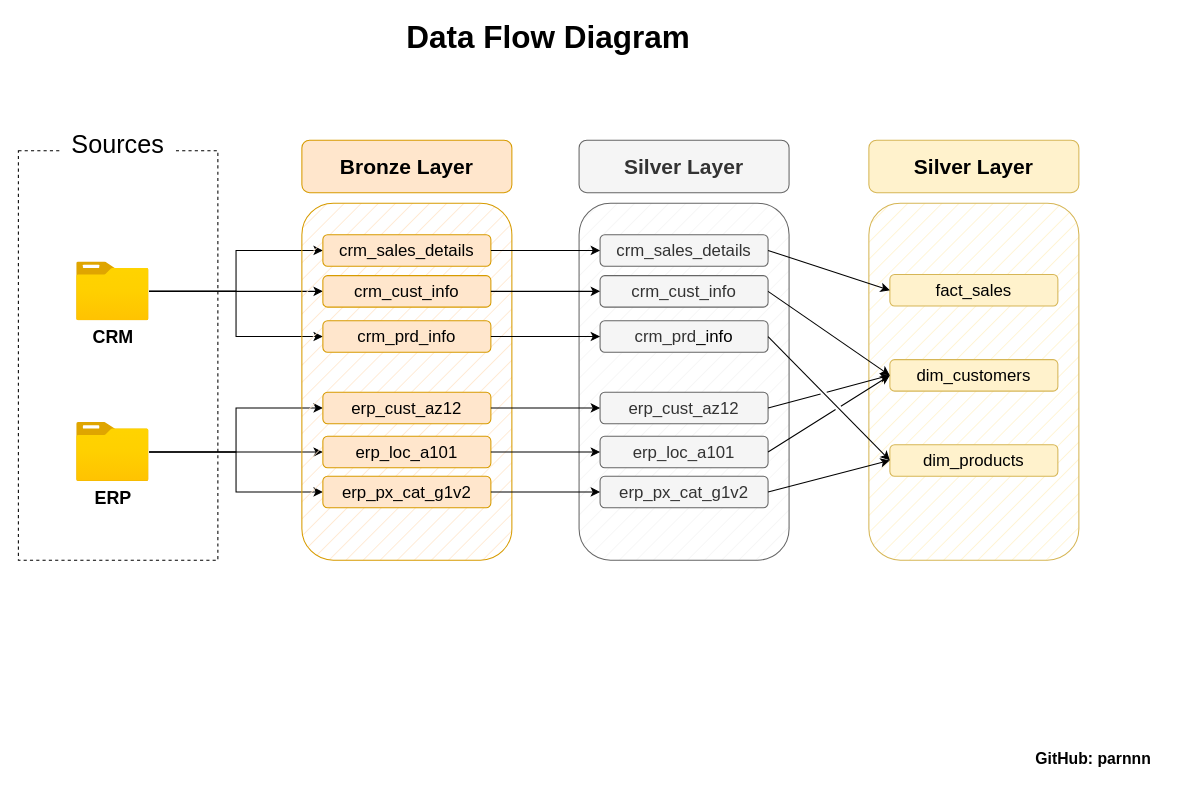
This is docs/data_flow.drawio from parnnn/sql-data-warehouse-project, a draw.io file, before an edit. Source tidied: cells renumbered, new cells numbered last; positions are measured from the earlier drawing's top-left corner, leaving out a move shared by most shapes. Both pictures are drawn from the tidied source at 105%, with x=0, y=0 at pixel (18, 21).
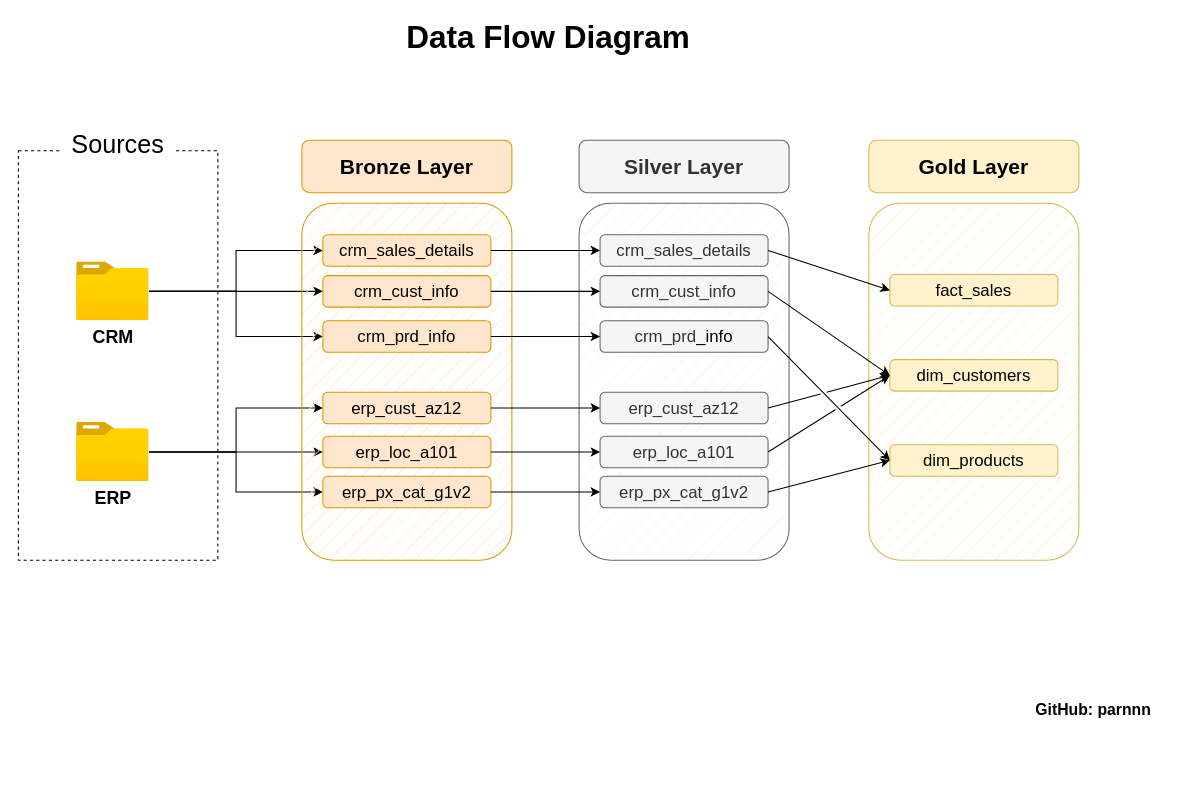
The same page after the edit.

The edit, as a diff of the source:
```diff
@@
-    <mxCell id="36" value="Silver Layer" style="rounded=1;whiteSpace=wrap;html=1;fillColor=#fff2cc;strokeColor=#d6b656;fontStyle=1;fontSize=20;" parent="1" vertex="1">
-      <mxGeometry x="810" y="113" width="200" height="50" as="geometry" />
-    </mxCell>
@@
     <mxCell id="46" value="&lt;b&gt;&lt;font style=&quot;font-size: 15px;&quot;&gt;GitHub: parnnn&lt;/font&gt;&lt;/b&gt;" style="text;html=1;whiteSpace=wrap;strokeColor=none;fillColor=none;align=center;verticalAlign=middle;rounded=0;fontStyle=0;" parent="1" vertex="1">
-      <mxGeometry x="959" y="687" width="130" height="30" as="geometry" />
+      <mxGeometry x="959" y="640" width="130" height="30" as="geometry" />
     </mxCell>
+    <mxCell id="47" value="Gold Layer" style="rounded=1;whiteSpace=wrap;html=1;fillColor=#fff2cc;strokeColor=#d6b656;fontStyle=1;fontSize=20;" parent="1" vertex="1">
+      <mxGeometry x="810" y="113" width="200" height="50" as="geometry" />
+    </mxCell>
```
